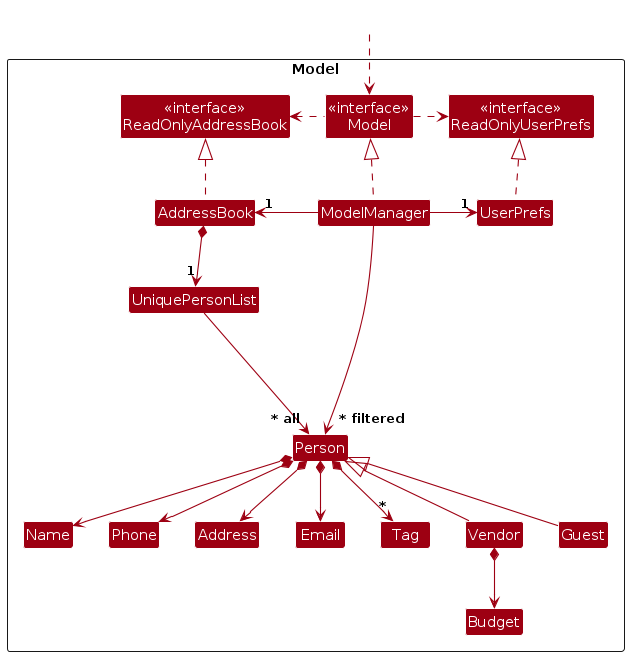
Above: diagrams/ModelClassDiagram.png in AY2425S1-CS2103T-F09-3/tp (PlantUML), before the change. Its source is kept beside it as diagrams/ModelClassDiagram.puml. Its diagram source:
```plantuml
@startuml
!include style.puml
skinparam arrowThickness 1.1
skinparam arrowColor MODEL_COLOR
skinparam classBackgroundColor MODEL_COLOR

Package Model as ModelPackage <<Rectangle>>{
Class "<<interface>>\nReadOnlyAddressBook" as ReadOnlyAddressBook
Class "<<interface>>\nReadOnlyUserPrefs" as ReadOnlyUserPrefs
Class "<<interface>>\nModel" as Model
Class AddressBook
Class ModelManager
Class UserPrefs

Class UniquePersonList
Class Person
Class Address
Class Email
Class Name
Class Phone
Class Tag
Class Vendor
Class Guest
Class Budget

Class I #FFFFFF
}

Class HiddenOutside #FFFFFF
HiddenOutside ..> Model

AddressBook .up.|> ReadOnlyAddressBook

ModelManager .up.|> Model
Model .right.> ReadOnlyUserPrefs
Model .left.> ReadOnlyAddressBook
ModelManager -left-> "1" AddressBook
ModelManager -right-> "1" UserPrefs
UserPrefs .up.|> ReadOnlyUserPrefs

AddressBook *--> "1" UniquePersonList
UniquePersonList --> "~* all" Person
Person *--> Name
Person *--> Phone
Person *--> Email
Person *--> Address
Person *--> "*" Tag

Person <|--Vendor
Person <|--Guest

Vendor *--> Budget

Person -[hidden]up--> I
UniquePersonList -[hidden]right-> I

Name -[hidden]right-> Phone
Phone -[hidden]right-> Address
Address -[hidden]right-> Email

ModelManager --> "~* filtered" Person
@enduml
```
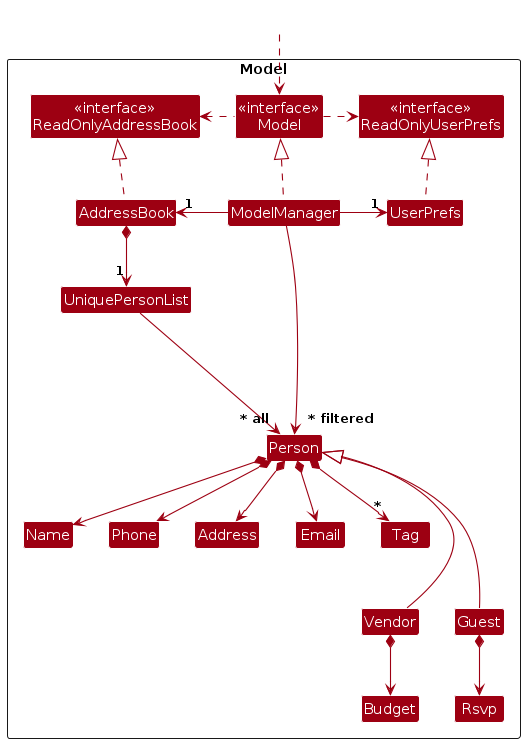
Later version of the same file.

The edit, as a diff of the source:
```diff
@@ -22,6 +22,7 @@
 Class Vendor
 Class Guest
 Class Budget
+Class Rsvp
 
 Class I #FFFFFF
 }
@@ -46,9 +47,10 @@
 Person *--> Address
 Person *--> "*" Tag
 
-Person <|--Vendor
-Person <|--Guest
+Person <|---Vendor
+Person <|---Guest
 
+Guest *--> Rsvp
 Vendor *--> Budget
 
 Person -[hidden]up--> I
```
